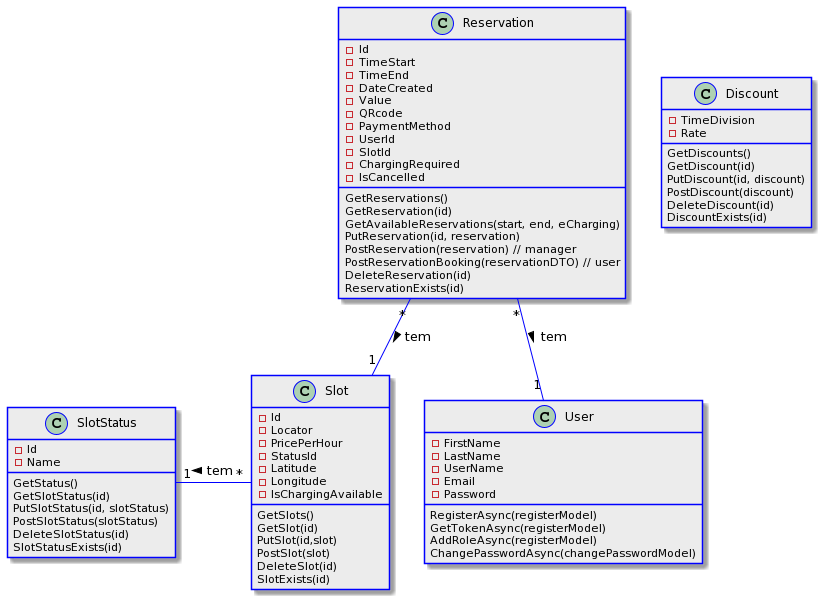
The PlantUML diagram Documentos/API Private Park/UC 3/UC3DC_img.png in UPskillDOTNET/SapienSoft, before a commit. Its diagram source:
```plantuml
@startuml
skinparam class {
BackgroundColor #ECECEC
ArrowColor Blue
BorderColor Blue
}

class Discount{
- TimeDivision
- Rate
GetDiscounts()
GetDiscount(id)
PutDiscount(id, discount)
PostDiscount(discount)
DeleteDiscount(id)
DiscountExists(id)
}

class Reservation{
- Id
- TimeStart
- TimeEnd
- DateCreated
- Value
- QRcode
- PaymentMethod
- UserId
- SlotId
- ChargingRequired
- IsCancelled
GetReservations()
GetReservation(id)
GetAvailableReservations(start, end, eCharging)
PutReservation(id, reservation)
PostReservation(reservation) // manager
PostReservationBooking(reservationDTO) // user
DeleteReservation(id)
ReservationExists(id)
}

class Slot{
- Id
- Locator
- PricePerHour
- StatusId
- Latitude
- Longitude
- IsChargingAvailable
GetSlots()
GetSlot(id)
PutSlot(id,slot)
PostSlot(slot)
DeleteSlot(id)
SlotExists(id)
}

class SlotStatus {
- Id
- Name
GetStatus()
GetSlotStatus(id)
PutSlotStatus(id, slotStatus)
PostSlotStatus(slotStatus)
DeleteSlotStatus(id)
SlotStatusExists(id)
}

class User {
- FirstName
- LastName
- UserName
- Email
- Password
RegisterAsync(registerModel)
GetTokenAsync(registerModel)
AddRoleAsync(registerModel)
ChangePasswordAsync(changePasswordModel)
}

Reservation"*" -- "1" Slot : > tem
Reservation"*" -- "1" User : > tem

Slot"*" -left- "1" SlotStatus : > tem
@enduml
```
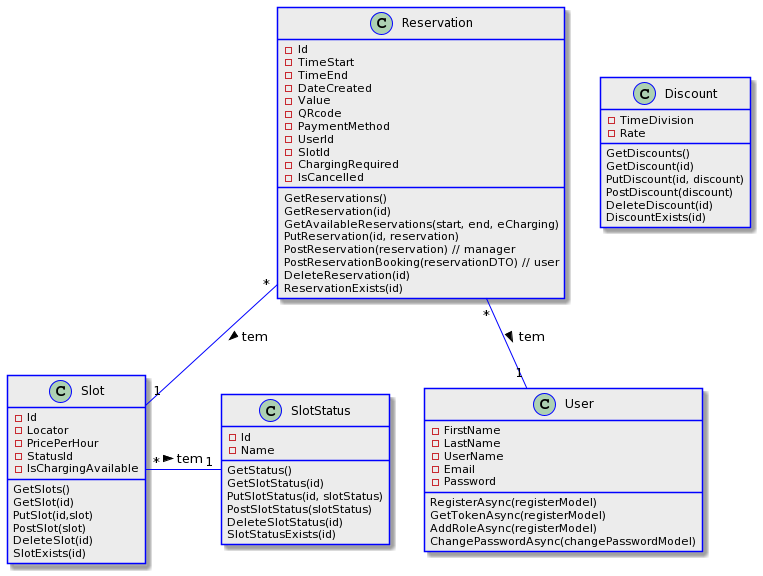
The same diagram one commit later.

What changed in the source:
```diff
@@ -3,17 +3,6 @@
 BackgroundColor #ECECEC
 ArrowColor Blue
 BorderColor Blue
-}
-
-class Discount{
-- TimeDivision
-- Rate
-GetDiscounts()
-GetDiscount(id)
-PutDiscount(id, discount)
-PostDiscount(discount)
-DeleteDiscount(id)
-DiscountExists(id)
 }
 
 class Reservation{
@@ -38,13 +27,22 @@
 ReservationExists(id)
 }
 
+class Discount{
+- TimeDivision
+- Rate
+GetDiscounts()
+GetDiscount(id)
+PutDiscount(id, discount)
+PostDiscount(discount)
+DeleteDiscount(id)
+DiscountExists(id)
+}
+
 class Slot{
 - Id
 - Locator
 - PricePerHour
 - StatusId
-- Latitude
-- Longitude
 - IsChargingAvailable
 GetSlots()
 GetSlot(id)
@@ -80,5 +78,5 @@
 Reservation"*" -- "1" Slot : > tem
 Reservation"*" -- "1" User : > tem
 
-Slot"*" -left- "1" SlotStatus : > tem
+Slot"*" -right- "1" SlotStatus : > tem
 @enduml
```
